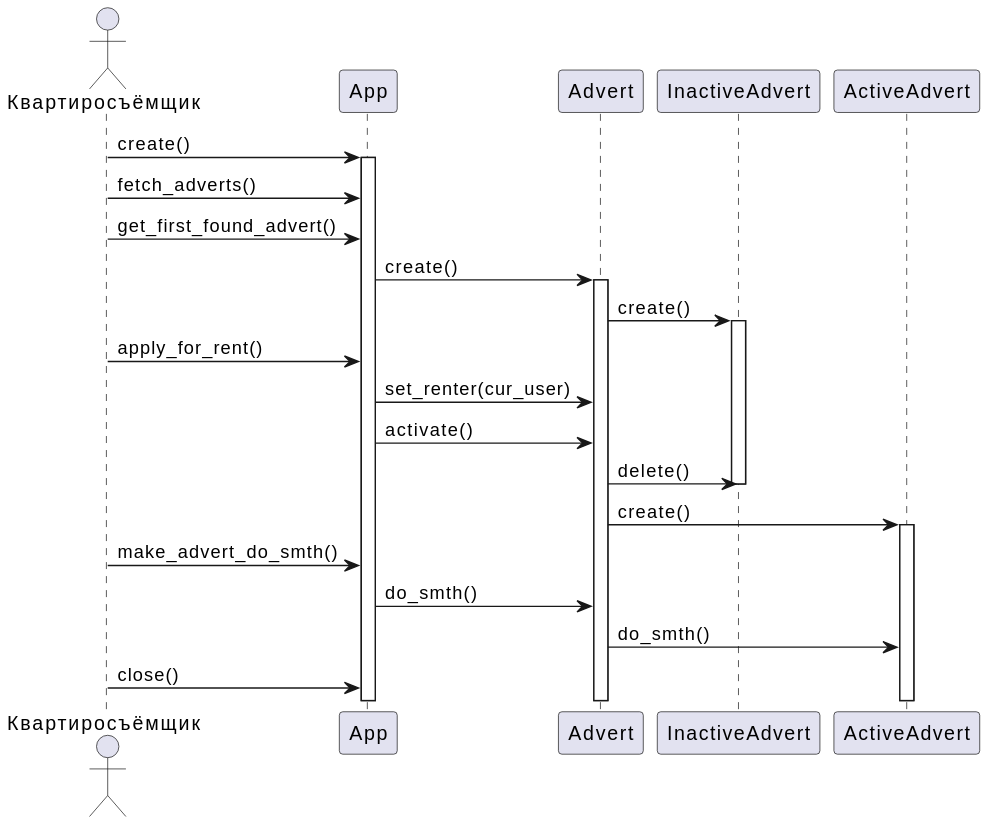
The PlantUML diagram assets/plantuml/rentflat_sequence_diagram.svg in penamarth/bsbo-13-22_team1_var8, before a commit. Its diagram source:
```plantuml
@startuml
actor Квартиросъёмщик

Квартиросъёмщик -> App : create()
activate App
Квартиросъёмщик -> App : fetch_adverts()
Квартиросъёмщик -> App : get_first_found_advert()
App -> Advert : create()
activate Advert
Advert -> InactiveAdvert : create()
activate InactiveAdvert
Квартиросъёмщик -> App : apply_for_rent()
App -> Advert : set_renter(cur_user)
App -> Advert : activate()
Advert -> InactiveAdvert : delete()
deactivate InactiveAdvert
Advert -> ActiveAdvert : create()
activate ActiveAdvert
Квартиросъёмщик -> App : make_advert_do_smth()
App -> Advert : do_smth()
Advert -> ActiveAdvert : do_smth()
Квартиросъёмщик -> App : close()
@enduml
```
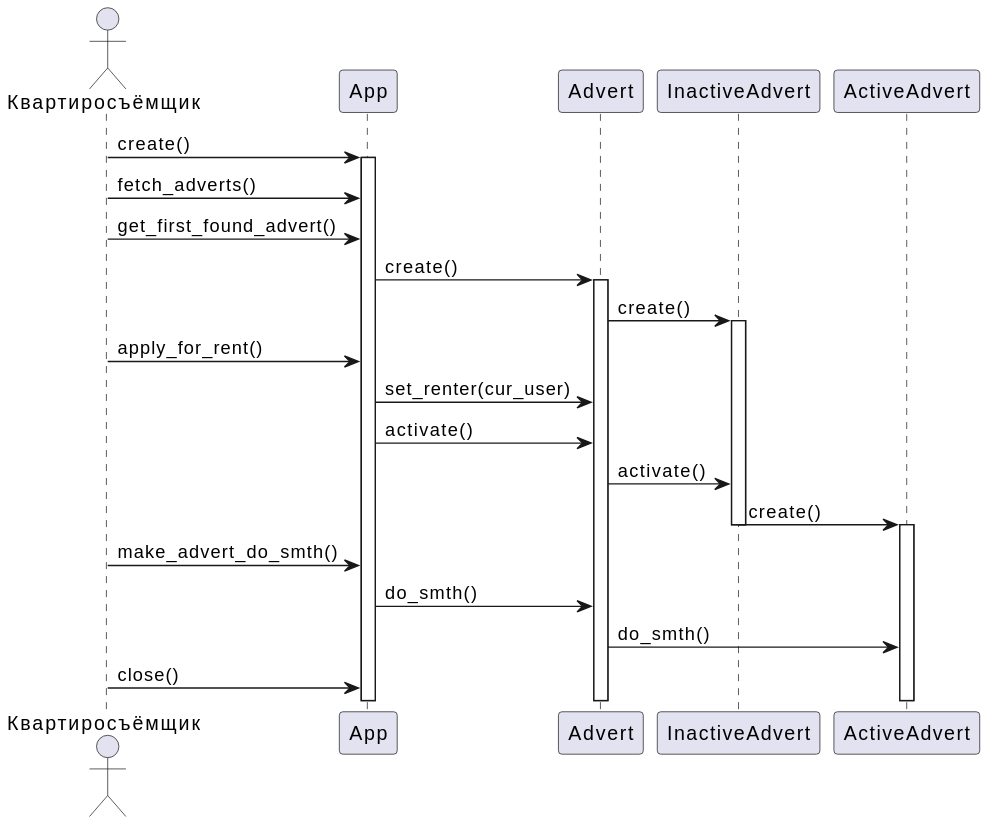
After the change.

What changed in the source:
```diff
@@ -12,9 +12,9 @@
 Квартиросъёмщик -> App : apply_for_rent()
 App -> Advert : set_renter(cur_user)
 App -> Advert : activate()
-Advert -> InactiveAdvert : delete()
+Advert -> InactiveAdvert : activate()
+InactiveAdvert -> ActiveAdvert : create()
 deactivate InactiveAdvert
-Advert -> ActiveAdvert : create()
 activate ActiveAdvert
 Квартиросъёмщик -> App : make_advert_do_smth()
 App -> Advert : do_smth()
```
